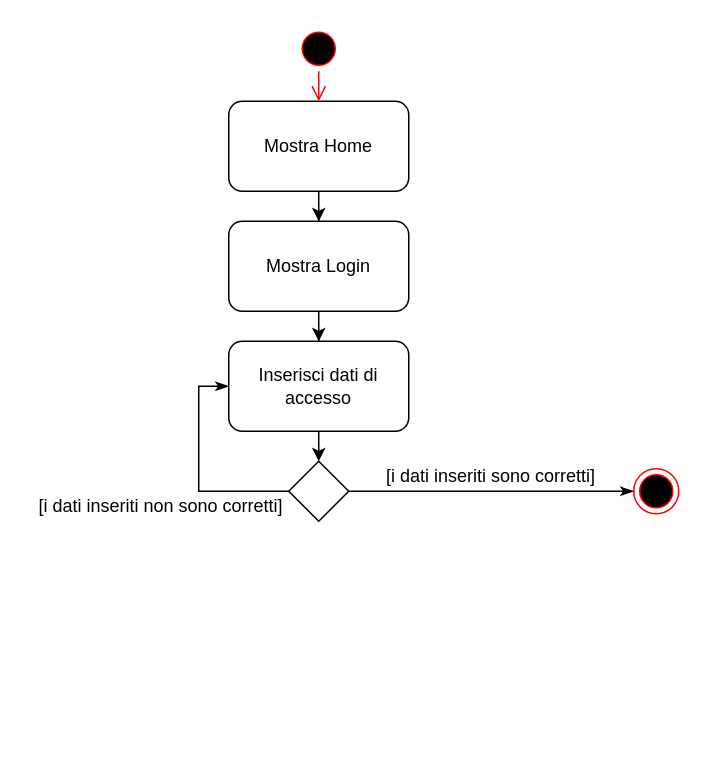
fd-col/ProgettoIngegneriaDelSoftware keeps this draw.io diagram as Diagrammi_delle_attivita/Modificabili/diagramma_attivita_login_cliente.drawio. Above is the earlier version. Source tidied: cells renumbered, new cells numbered last; positions are measured from the earlier drawing's top-left corner, leaving out a move shared by most shapes. Both pictures are drawn from the tidied source at 150%, with x=0, y=0 at pixel (26, 26).
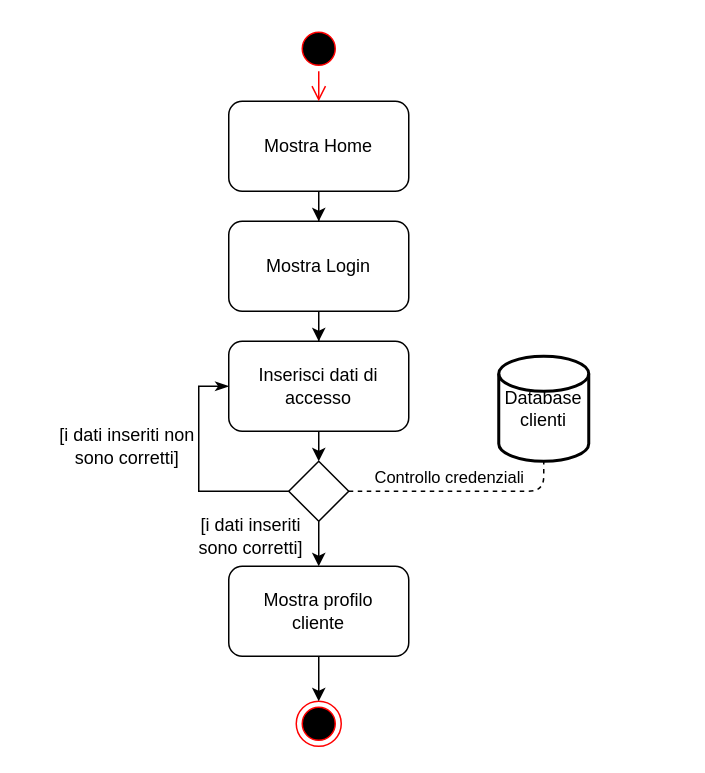
The same page after the edit.

Unchanged cells that the change refers to:
```xml
<mxCell id="12" style="rhombus;whiteSpace=wrap;html=1;" parent="1" vertex="1">
  <mxGeometry x="175" y="290" width="40" height="40" as="geometry" />
</mxCell>
```

Change to the diagram source:
```diff
@@
-    <mxCell id="10" style="edgeStyle=orthogonalEdgeStyle;rounded=0;jettySize=auto;html=1;endArrow=classicThin;endFill=1;entryX=0;entryY=0.5;entryDx=0;entryDy=0;" parent="1" edge="1" source="12" target="13">
-      <mxGeometry relative="1" as="geometry" />
-    </mxCell>
@@
+    <mxCell id="16" style="edgeStyle=orthogonalEdgeStyle;rounded=0;jettySize=auto;html=1;" parent="1" edge="1" source="12" target="18">
+      <mxGeometry relative="1" as="geometry" />
+    </mxCell>
@@
     <mxCell id="13" style="ellipse;html=1;shape=endState;fillColor=#000000;strokeColor=#ff0000;" parent="1" vertex="1">
-      <mxGeometry x="405" y="295" width="30" height="30" as="geometry" />
+      <mxGeometry x="180" y="450" width="30" height="30" as="geometry" />
     </mxCell>
     <mxCell id="14" value="[i dati inseriti sono corretti]" style="text;html=1;strokeColor=none;fillColor=none;align=center;verticalAlign=middle;whiteSpace=wrap;rounded=0;" parent="1" vertex="1">
-      <mxGeometry x="229.5" y="290" width="160" height="20" as="geometry" />
+      <mxGeometry x="105" y="330" width="90" height="20" as="geometry" />
     </mxCell>
     <mxCell id="15" value="[i dati inseriti non sono corretti]" style="text;html=1;strokeColor=none;fillColor=none;align=center;verticalAlign=middle;whiteSpace=wrap;rounded=0;" parent="1" vertex="1">
-      <mxGeometry y="310" width="180" height="20" as="geometry" />
+      <mxGeometry x="15" y="270" width="105" height="20" as="geometry" />
     </mxCell>
+    <mxCell id="17" style="edgeStyle=orthogonalEdgeStyle;rounded=0;jettySize=auto;html=1;" parent="1" edge="1" source="18" target="13">
+      <mxGeometry relative="1" as="geometry" />
+    </mxCell>
+    <mxCell id="18" value="Mostra profilo&lt;br&gt;cliente" style="rounded=1;whiteSpace=wrap;html=1;" parent="1" vertex="1">
+      <mxGeometry x="135" y="360" width="120" height="60" as="geometry" />
+    </mxCell>
+    <mxCell id="19" value="Database clienti" style="strokeWidth=2;html=1;shape=mxgraph.flowchart.database;whiteSpace=wrap;" parent="1" vertex="1">
+      <mxGeometry x="315" y="220" width="60" height="70" as="geometry" />
+    </mxCell>
+    <mxCell id="20" style="endArrow=none;dashed=1;html=1;exitX=1;exitY=0.5;exitDx=0;exitDy=0;entryX=0.5;entryY=1;entryDx=0;entryDy=0;entryPerimeter=0;" parent="1" edge="1" source="12" target="19">
+      <mxGeometry relative="1" as="geometry">
+        <Array as="points">
+          <mxPoint x="345" y="310" />
+        </Array>
+      </mxGeometry>
+    </mxCell>
+    <mxCell id="21" value="Controllo credenziali" style="edgeLabel;html=1;align=center;verticalAlign=middle;" parent="20" vertex="1">
+      <mxGeometry x="0.13" y="3" relative="1" as="geometry">
+        <mxPoint x="-19" y="-7" as="offset" />
+      </mxGeometry>
+    </mxCell>
```
